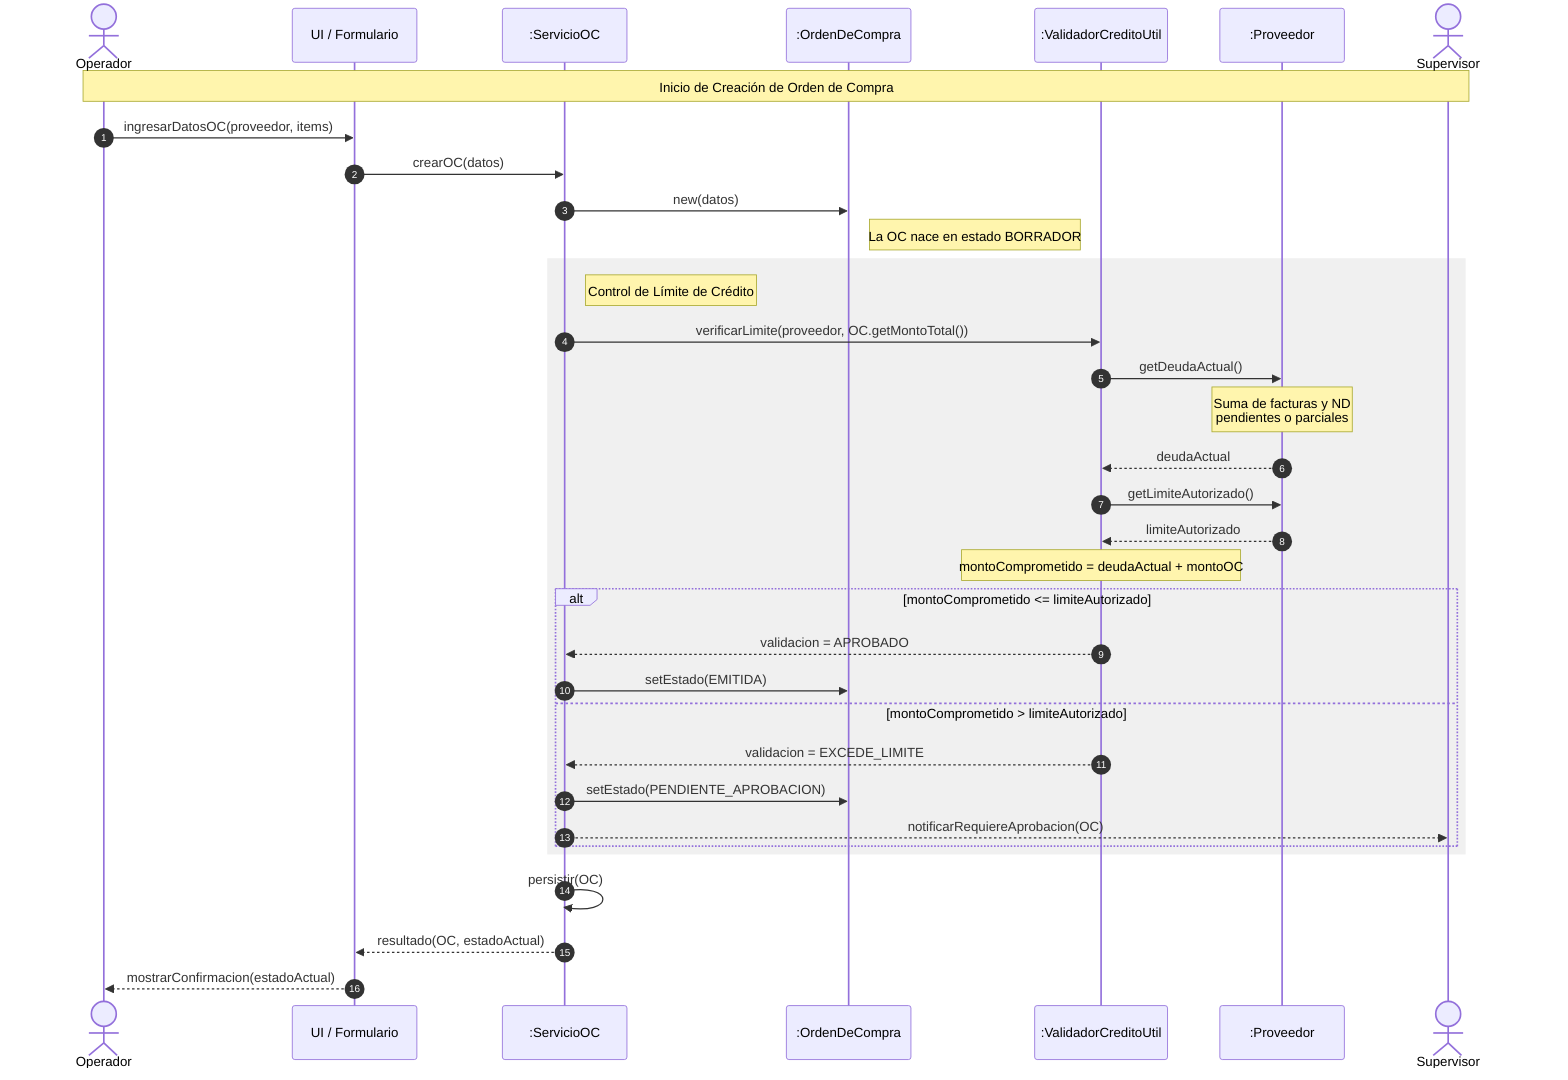
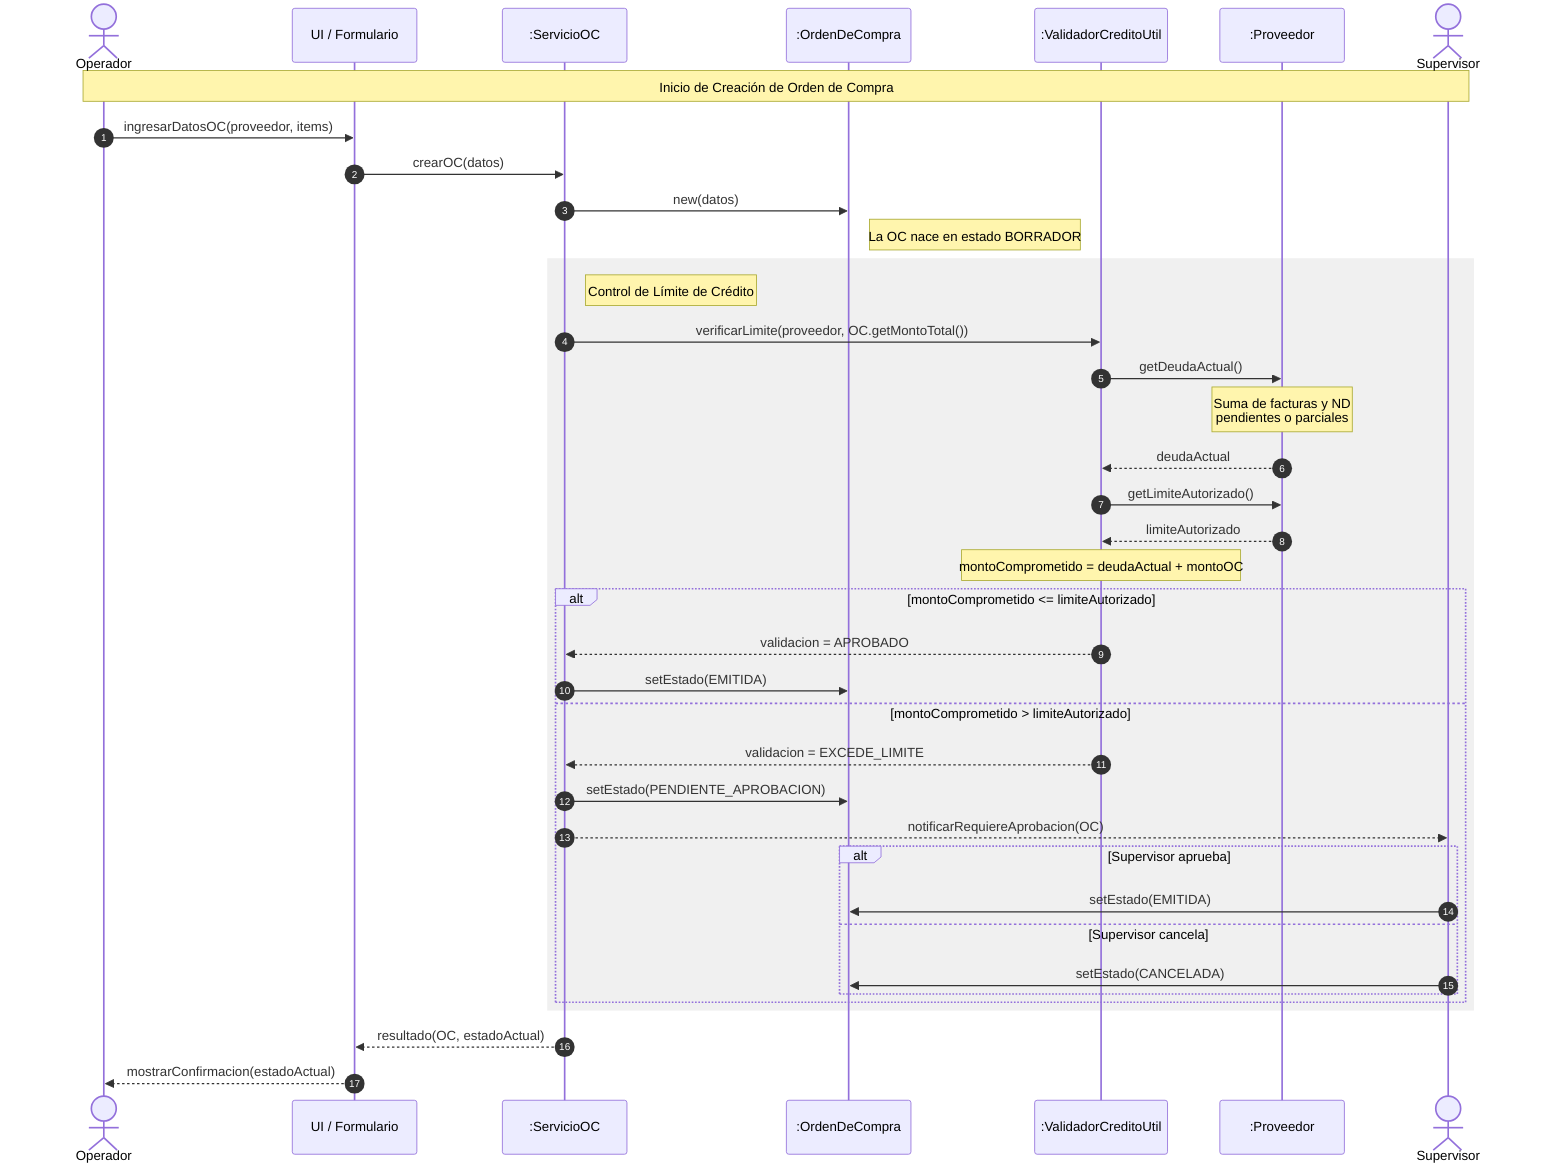
sequenceDiagram
    autonumber
    actor Operador
    participant UI as UI / Formulario
    participant ServicioOC as :ServicioOC
    participant OC as :OrdenDeCompra
    participant Util as :ValidadorCreditoUtil
    participant Prov as :Proveedor
    actor Supervisor

    Note over Operador, Supervisor: Inicio de Creación de Orden de Compra

    Operador->>UI: ingresarDatosOC(proveedor, items)
    UI->>ServicioOC: crearOC(datos)

    ServicioOC->>OC: new(datos)
    Note right of OC: La OC nace en estado BORRADOR

    rect rgb(240, 240, 240)
        Note right of ServicioOC: Control de Límite de Crédito

        %% Delegación a una clase de utilidad separada
        ServicioOC->>Util: verificarLimite(proveedor, OC.getMontoTotal())

        Util->>Prov: getDeudaActual()
        Note over Prov: Suma de facturas y ND<br/>pendientes o parciales
        Prov-->>Util: deudaActual

        Util->>Prov: getLimiteAutorizado()
        Prov-->>Util: limiteAutorizado

        Note over Util: montoComprometido = deudaActual + montoOC

        alt montoComprometido <= limiteAutorizado
            Util-->>ServicioOC: validacion = APROBADO
            ServicioOC->>OC: setEstado(EMITIDA)
        else montoComprometido > limiteAutorizado
            Util-->>ServicioOC: validacion = EXCEDE_LIMITE
            ServicioOC->>OC: setEstado(PENDIENTE_APROBACION)
            ServicioOC-->>Supervisor: notificarRequiereAprobacion(OC)
+             alt Supervisor aprueba
+                 Supervisor->>OC: setEstado(EMITIDA)
+             else Supervisor cancela
+                 Supervisor->>OC: setEstado(CANCELADA)
+             end
        end
    end

-     ServicioOC->>ServicioOC: persistir(OC)
    ServicioOC-->>UI: resultado(OC, estadoActual)
-     UI-->>Operador: mostrarConfirmacion(estadoActual)+     UI-->>Operador: mostrarConfirmacion(estadoActual)
